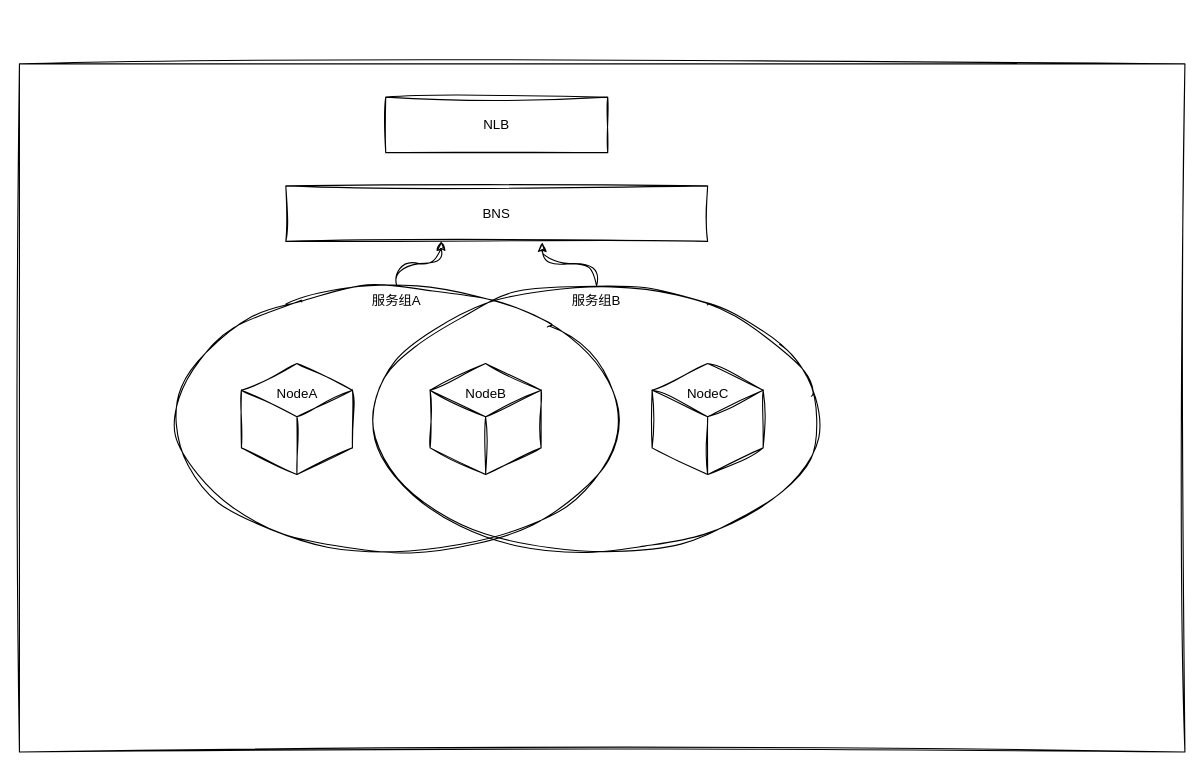
This is chatbi/未命名绘图.drawio from cavaljames/work-diagrams, a draw.io file, before an edit. Source tidied: cells renumbered, new cells numbered last; positions are measured from the earlier drawing's top-left corner, leaving out a move shared by most shapes. Both pictures are drawn from the tidied source at 111%, with x=0, y=0 at pixel (19, 63).
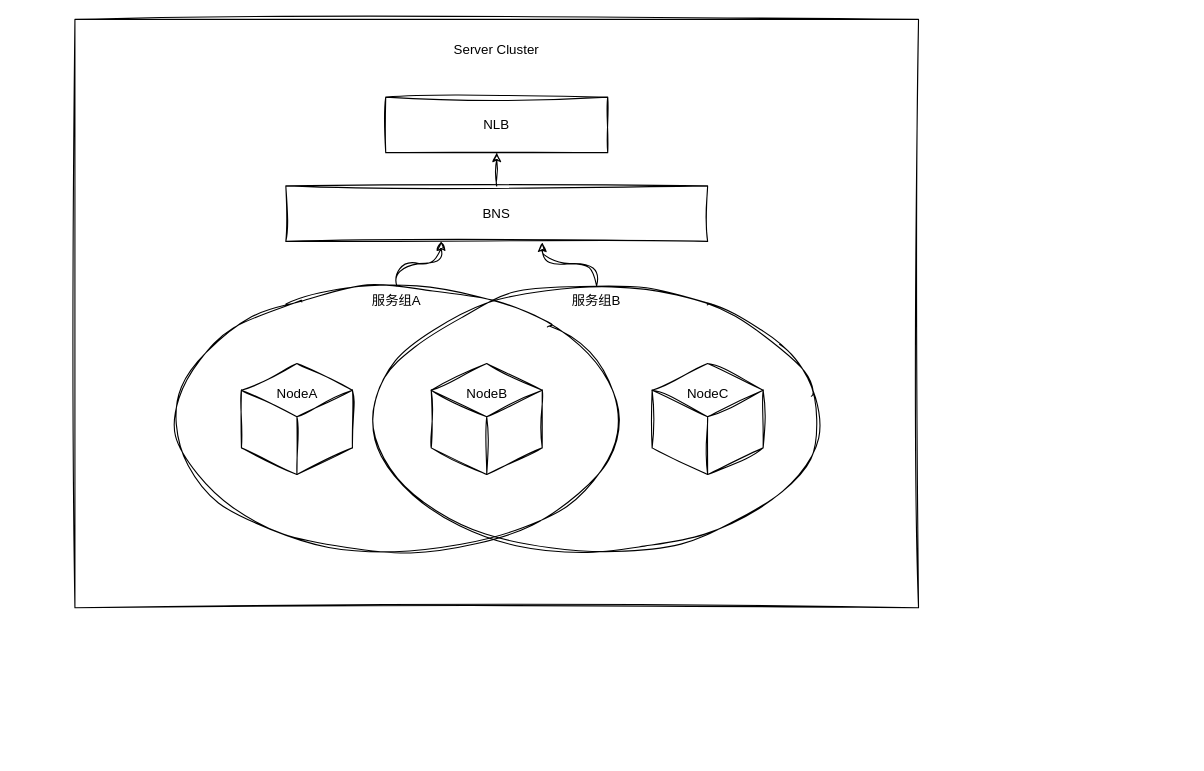
After the change.

Commit message:
更新未命名绘图.drawio

The edit, as a diff of the source:
```diff
@@
 <mxGraphModel>
   <root>
     <mxCell id="0" />
     <mxCell id="1" parent="0" />
-    <mxCell id="2" style="rounded=0;whiteSpace=wrap;html=1;sketch=1;hachureGap=4;jiggle=2;curveFitting=1;" parent="1" vertex="1">
-      <mxGeometry width="1050" height="620" as="geometry" />
+    <mxCell id="2" value="&lt;div&gt;&lt;br&gt;&lt;/div&gt;Server Cluster" style="rounded=0;whiteSpace=wrap;html=1;sketch=1;hachureGap=4;jiggle=2;curveFitting=1;verticalAlign=top;" parent="1" vertex="1">
+      <mxGeometry x="50" y="-40" width="760" height="530" as="geometry" />
     </mxCell>
     <mxCell id="3" value="BNS" style="rounded=0;whiteSpace=wrap;html=1;sketch=1;hachureGap=4;jiggle=2;curveFitting=1;" parent="1" vertex="1">
       <mxGeometry x="240" y="110" width="380" height="50" as="geometry" />
     </mxCell>
     <mxCell id="4" value="NLB" style="rounded=0;whiteSpace=wrap;html=1;sketch=1;hachureGap=4;jiggle=2;curveFitting=1;" parent="1" vertex="1">
       <mxGeometry x="330" y="30" width="200" height="50" as="geometry" />
     </mxCell>
     <mxCell id="5" value="服务组A" style="ellipse;whiteSpace=wrap;html=1;sketch=1;hachureGap=4;jiggle=2;curveFitting=1;verticalAlign=top;fillColor=none;" parent="1" vertex="1">
       <mxGeometry x="140" y="200" width="400" height="240" as="geometry" />
     </mxCell>
     <mxCell id="6" value="服务组B" style="ellipse;whiteSpace=wrap;html=1;sketch=1;hachureGap=4;jiggle=2;curveFitting=1;verticalAlign=top;fillColor=none;" parent="1" vertex="1">
       <mxGeometry x="320" y="200" width="400" height="240" as="geometry" />
     </mxCell>
     <mxCell id="7" value="&lt;div&gt;&lt;br&gt;&lt;/div&gt;NodeA" style="html=1;shape=mxgraph.basic.isocube;isoAngle=15;sketch=1;hachureGap=4;jiggle=2;curveFitting=1;verticalAlign=top;" parent="1" vertex="1">
       <mxGeometry x="200" y="270" width="100" height="100" as="geometry" />
     </mxCell>
     <mxCell id="8" value="&lt;div&gt;&lt;br&gt;&lt;/div&gt;NodeB" style="html=1;shape=mxgraph.basic.isocube;isoAngle=15;sketch=1;hachureGap=4;jiggle=2;curveFitting=1;verticalAlign=top;" parent="1" vertex="1">
-      <mxGeometry x="370" y="270" width="100" height="100" as="geometry" />
+      <mxGeometry x="371" y="270" width="100" height="100" as="geometry" />
     </mxCell>
     <mxCell id="9" value="&lt;div&gt;&lt;br&gt;&lt;/div&gt;NodeC" style="html=1;shape=mxgraph.basic.isocube;isoAngle=15;sketch=1;hachureGap=4;jiggle=2;curveFitting=1;verticalAlign=top;" parent="1" vertex="1">
       <mxGeometry x="570" y="270" width="100" height="100" as="geometry" />
     </mxCell>
     <mxCell id="10" style="edgeStyle=orthogonalEdgeStyle;rounded=0;sketch=1;hachureGap=4;jiggle=2;curveFitting=1;jettySize=auto;html=1;exitX=0.5;exitY=0;exitDx=0;exitDy=0;entryX=0.368;entryY=1;entryDx=0;entryDy=0;entryPerimeter=0;curved=1;" parent="1" edge="1" source="5" target="3">
       <mxGeometry relative="1" as="geometry" />
     </mxCell>
     <mxCell id="11" style="edgeStyle=orthogonalEdgeStyle;rounded=0;sketch=1;hachureGap=4;jiggle=2;curveFitting=1;jettySize=auto;html=1;exitX=0.5;exitY=0;exitDx=0;exitDy=0;entryX=0.608;entryY=1.02;entryDx=0;entryDy=0;entryPerimeter=0;curved=1;" parent="1" edge="1" source="6" target="3">
       <mxGeometry relative="1" as="geometry" />
     </mxCell>
+    <mxCell id="12" style="edgeStyle=orthogonalEdgeStyle;rounded=0;sketch=1;hachureGap=4;jiggle=2;curveFitting=1;jettySize=auto;html=1;exitX=0.5;exitY=0;exitDx=0;exitDy=0;entryX=0.5;entryY=1;entryDx=0;entryDy=0;" parent="1" edge="1" source="3" target="4">
+      <mxGeometry relative="1" as="geometry" />
+    </mxCell>
   </root>
 </mxGraphModel>
```
